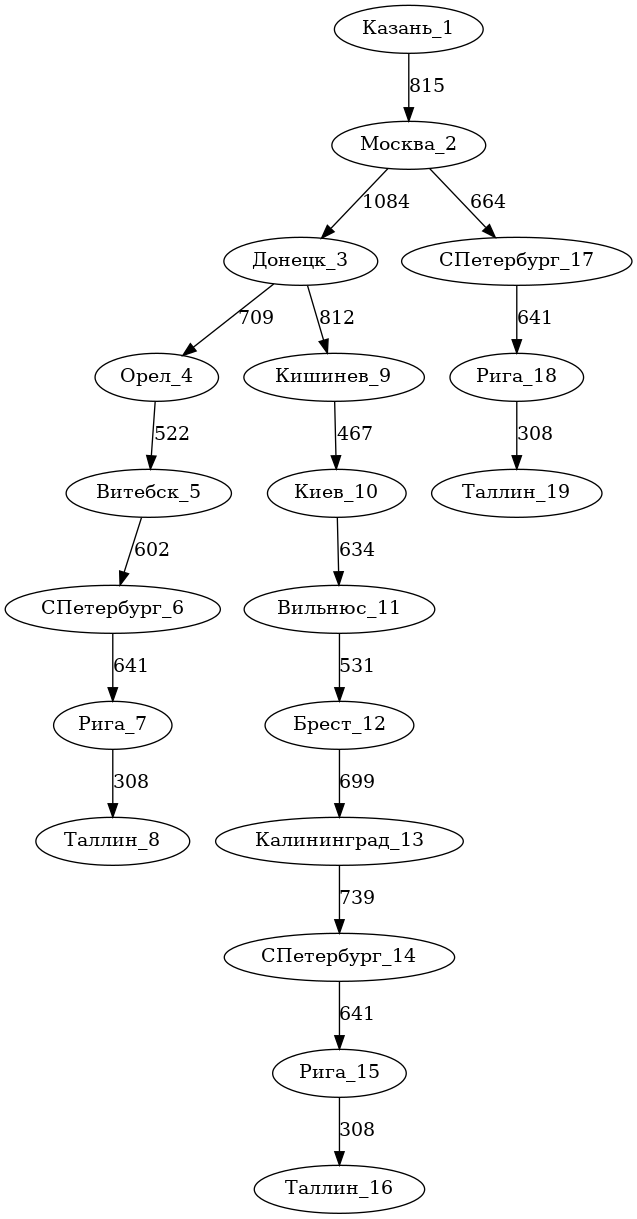
TohaRhymes/AI_itmo_autumn2020 keeps this Graphviz diagram as lab2_graph_traversal/data/Казань_Таллин.dot.png. Above is the earlier version. Its source is kept beside it as lab2_graph_traversal/data/Казань_Таллин.dot. Source of this version:
```dot
digraph Казань_Таллинdot{
	Казань_1 -> Москва_2 [label=815]
	Москва_2 -> Донецк_3 [label=1084]
	Донецк_3 -> Орел_4 [label=709]
	Орел_4 -> Витебск_5 [label=522]
	Витебск_5 -> СПетербург_6 [label=602]
	СПетербург_6 -> Рига_7 [label=641]
	Рига_7 -> Таллин_8 [label=308]
	Донецк_3 -> Кишинев_9 [label=812]
	Кишинев_9 -> Киев_10 [label=467]
	Киев_10 -> Вильнюс_11 [label=634]
	Вильнюс_11 -> Брест_12 [label=531]
	Брест_12 -> Калининград_13 [label=699]
	Калининград_13 -> СПетербург_14 [label=739]
	СПетербург_14 -> Рига_15 [label=641]
	Рига_15 -> Таллин_16 [label=308]
	Москва_2 -> СПетербург_17 [label=664]
	СПетербург_17 -> Рига_18 [label=641]
	Рига_18 -> Таллин_19 [label=308]
}
```
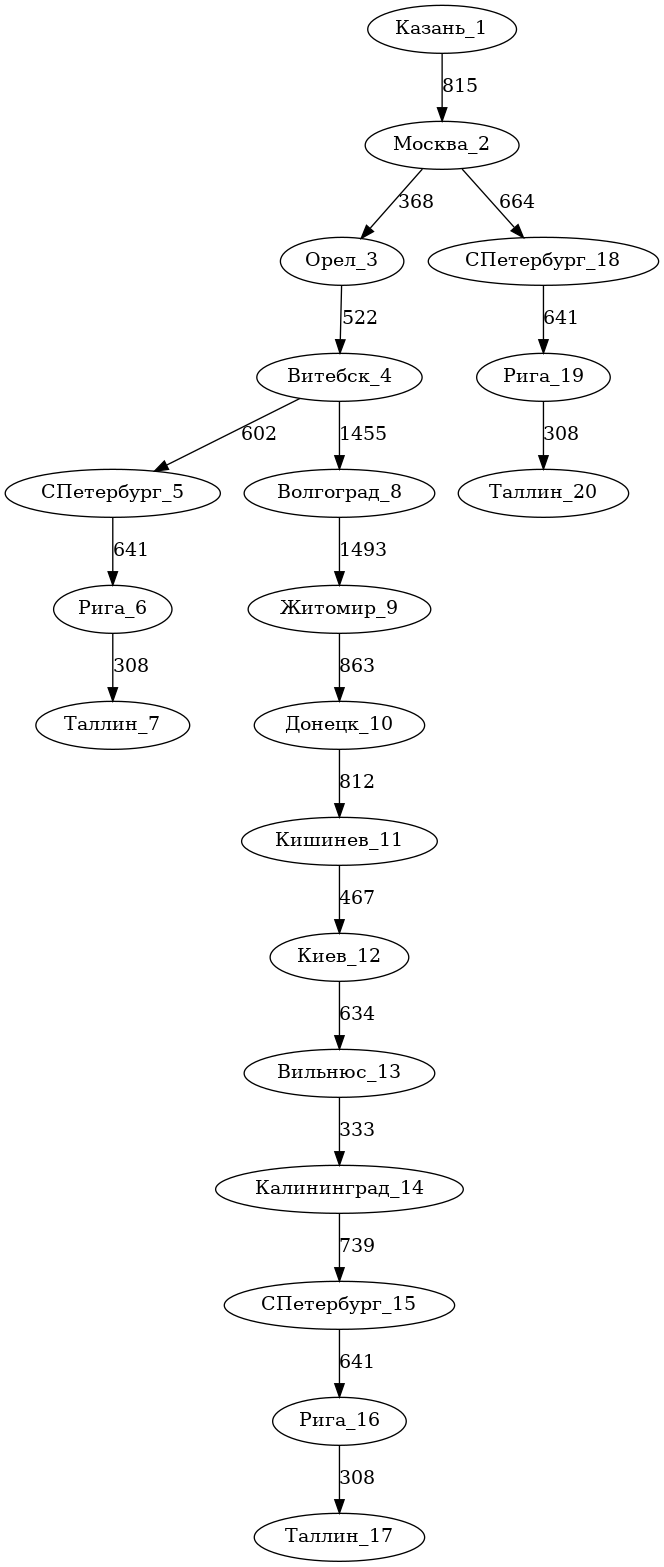
The same diagram one commit later.

Diff of the diagram source:
```diff
@@ -1,20 +1,21 @@
 digraph Казань_Таллинdot{
 	Казань_1 -> Москва_2 [label=815]
-	Москва_2 -> Донецк_3 [label=1084]
-	Донецк_3 -> Орел_4 [label=709]
-	Орел_4 -> Витебск_5 [label=522]
-	Витебск_5 -> СПетербург_6 [label=602]
-	СПетербург_6 -> Рига_7 [label=641]
-	Рига_7 -> Таллин_8 [label=308]
-	Донецк_3 -> Кишинев_9 [label=812]
-	Кишинев_9 -> Киев_10 [label=467]
-	Киев_10 -> Вильнюс_11 [label=634]
-	Вильнюс_11 -> Брест_12 [label=531]
-	Брест_12 -> Калининград_13 [label=699]
-	Калининград_13 -> СПетербург_14 [label=739]
-	СПетербург_14 -> Рига_15 [label=641]
-	Рига_15 -> Таллин_16 [label=308]
-	Москва_2 -> СПетербург_17 [label=664]
-	СПетербург_17 -> Рига_18 [label=641]
-	Рига_18 -> Таллин_19 [label=308]
+	Москва_2 -> Орел_3 [label=368]
+	Орел_3 -> Витебск_4 [label=522]
+	Витебск_4 -> СПетербург_5 [label=602]
+	СПетербург_5 -> Рига_6 [label=641]
+	Рига_6 -> Таллин_7 [label=308]
+	Витебск_4 -> Волгоград_8 [label=1455]
+	Волгоград_8 -> Житомир_9 [label=1493]
+	Житомир_9 -> Донецк_10 [label=863]
+	Донецк_10 -> Кишинев_11 [label=812]
+	Кишинев_11 -> Киев_12 [label=467]
+	Киев_12 -> Вильнюс_13 [label=634]
+	Вильнюс_13 -> Калининград_14 [label=333]
+	Калининград_14 -> СПетербург_15 [label=739]
+	СПетербург_15 -> Рига_16 [label=641]
+	Рига_16 -> Таллин_17 [label=308]
+	Москва_2 -> СПетербург_18 [label=664]
+	СПетербург_18 -> Рига_19 [label=641]
+	Рига_19 -> Таллин_20 [label=308]
 }
```
